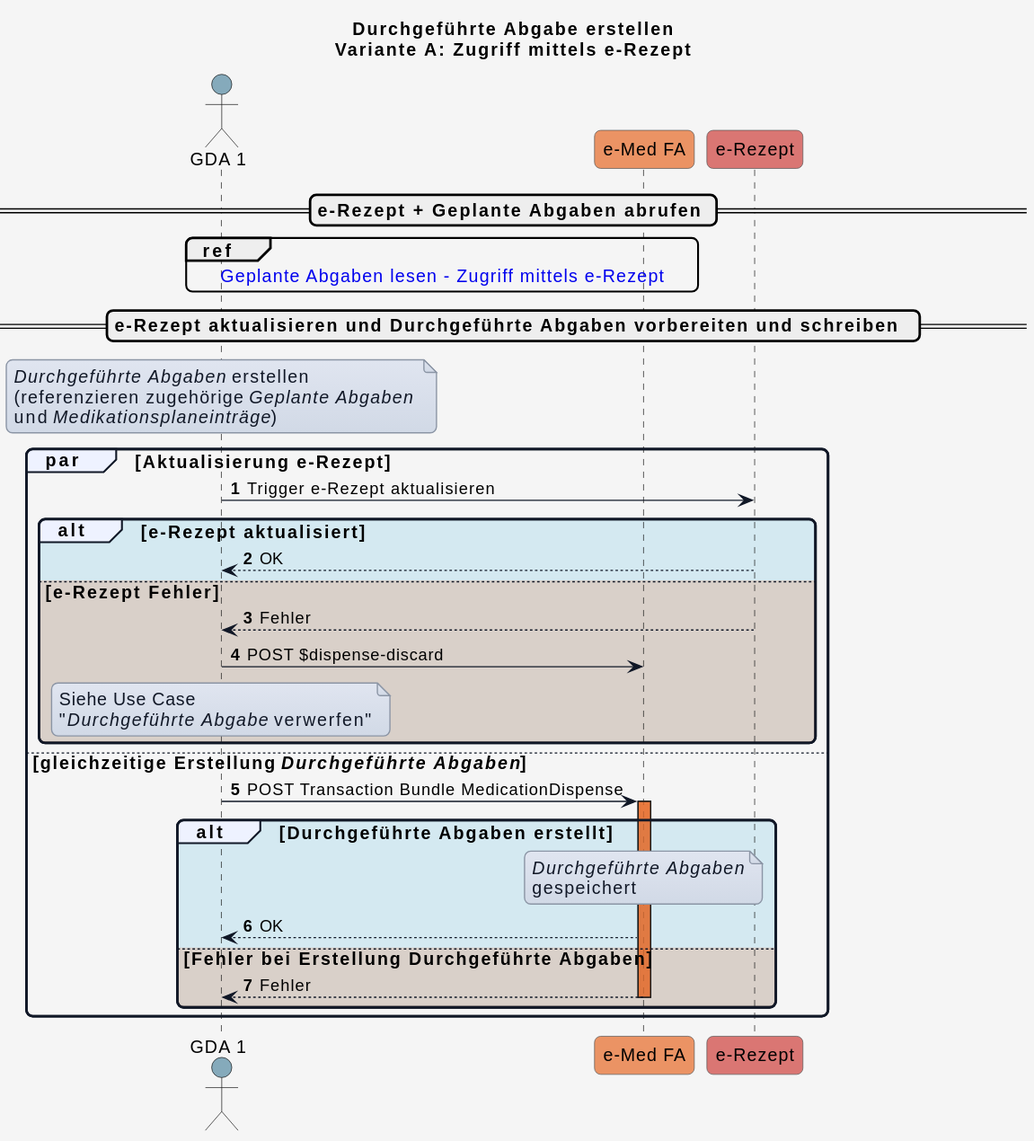
Before: input/images/plantuml/UC_eMed_09_01_b.svg, a diagram exported from PlantUML (HL7Austria/ELGA-e-Medikation-R4). The source it was exported from:
```plantuml
@startuml
title Durchgeführte Abgabe erstellen\nVariante A: Zugriff mittels e-Rezept


skinparam borderColor #000000
skinparam backgroundColor #f5f5f5
skinparam shadowing false
skinparam roundCorner 10
skinparam defaultFontName "Arial"
skinparam defaultFontSize 14
skinparam defaultFontColor #000000
skinparam HyperlinkColor #0000EE
skinparam HyperlinkUnderline false
skinparam BoxPadding 20
skinparam BoxBorderColor #555555

skinparam note {
  BackgroundColor #e0e5f0-#d1d9e6
  BorderColor #8b95a5
  BorderThickness 1
  RoundCorner 0
  Padding 6
  FontColor #111827
  Shadowing false
}

skinparam sequence {
  ParticipantBorderColor #555555
  ParticipantFontColor #000000
  ParticipantFontSize 14
  ParticipantPadding 20
  ArrowColor #111827
  ArrowThickness 1
  ArrowFontColor #000000
  ArrowFontSize 13
  GroupBorderColor #111827
  GroupBackgroundColor #eef2ff
  GroupBorderThickness 2
}

!define COLOR_GDA_1    #15608280
!define COLOR_GDA_2    #96607D80
!define COLOR_PATIENT  #196B2480
!define COLOR_APO      #0F9ED590
!define COLOR_EMED_FA  #e97232bd
!define COLOR_E_REZEPT #cd3732a9

!define COLOR_OK       #0F9ED525
!define COLOR_ERROR    #E9713235

actor GDA_1 as "GDA 1" COLOR_GDA_1
participant eMed_FA as "e-Med FA" COLOR_EMED_FA
participant e_Rezept as "e-Rezept" COLOR_E_REZEPT

autonumber

== e-Rezept + Geplante Abgaben abrufen ==

  ref over GDA_1, eMed_FA : [[Sub_UC_eMed_07_01.html#sub_uc_emed_07_01_b-zugriff-mittels-e-rezept Geplante Abgaben lesen - Zugriff mittels e-Rezept]]


== e-Rezept aktualisieren und Durchgeführte Abgaben vorbereiten und schreiben  ==

note over GDA_1
<i>Durchgeführte Abgaben</i> erstellen
(referenzieren zugehörige <i>Geplante Abgaben</i>
und <i>Medikationsplaneinträge</i>)
end note


par Aktualisierung e-Rezept

  GDA_1 -> e_Rezept: Trigger e-Rezept aktualisieren

  alt COLOR_OK e-Rezept aktualisiert
    e_Rezept --> GDA_1: OK

  else COLOR_ERROR e-Rezept Fehler
    e_Rezept --> GDA_1: Fehler
    deactivate e_Rezept

    GDA_1 -> eMed_FA: POST $dispense-discard​

    note over GDA_1
    Siehe Use Case
    "<i>Durchgeführte Abgabe</i> verwerfen"
    end note
  end



else gleichzeitige Erstellung <i>Durchgeführte Abgaben</i>

  GDA_1 -> eMed_FA: POST Transaction Bundle MedicationDispense
  activate eMed_FA COLOR_EMED_FA

  alt COLOR_OK Durchgeführte Abgaben erstellt

    note over eMed_FA
    <i>Durchgeführte Abgaben</i>
    gespeichert
    end note

    eMed_FA --> GDA_1: OK

  else COLOR_ERROR Fehler bei Erstellung Durchgeführte Abgaben
    eMed_FA --> GDA_1: Fehler
    deactivate eMed_FA

  end
end
@enduml
```
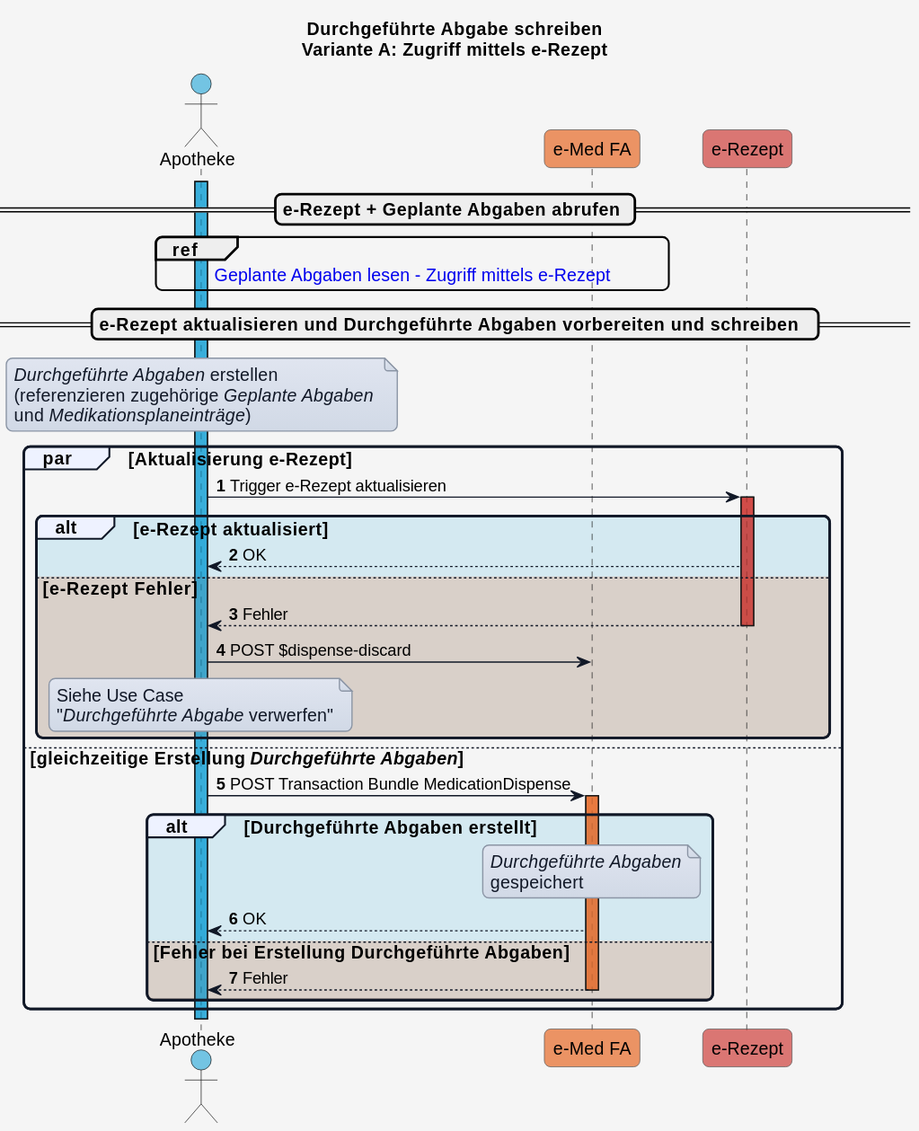
The same file after the commit.

What changed in the source:
```diff
@@ -1,5 +1,5 @@
 @startuml
-title Durchgeführte Abgabe erstellen\nVariante A: Zugriff mittels e-Rezept
+title Durchgeführte Abgabe schreiben\nVariante A: Zugriff mittels e-Rezept
 
 
 skinparam borderColor #000000
@@ -48,20 +48,22 @@
 !define COLOR_OK       #0F9ED525
 !define COLOR_ERROR    #E9713235
 
-actor GDA_1 as "GDA 1" COLOR_GDA_1
+actor GDA_Apo as "Apotheke" COLOR_APO
 participant eMed_FA as "e-Med FA" COLOR_EMED_FA
 participant e_Rezept as "e-Rezept" COLOR_E_REZEPT
 
 autonumber
 
+activate GDA_Apo COLOR_APO
+
 == e-Rezept + Geplante Abgaben abrufen ==
 
-  ref over GDA_1, eMed_FA : [[Sub_UC_eMed_07_01.html#sub_uc_emed_07_01_b-zugriff-mittels-e-rezept Geplante Abgaben lesen - Zugriff mittels e-Rezept]]
+  ref over GDA_Apo, eMed_FA : [[Sub_UC_eMed_07_01.html#sub_uc_emed_07_01_b-zugriff-mittels-e-rezept Geplante Abgaben lesen - Zugriff mittels e-Rezept]]
 
 
 == e-Rezept aktualisieren und Durchgeführte Abgaben vorbereiten und schreiben  ==
 
-note over GDA_1
+note over GDA_Apo
 <i>Durchgeführte Abgaben</i> erstellen
 (referenzieren zugehörige <i>Geplante Abgaben</i>
 und <i>Medikationsplaneinträge</i>)
@@ -70,18 +72,19 @@
 
 par Aktualisierung e-Rezept
 
-  GDA_1 -> e_Rezept: Trigger e-Rezept aktualisieren
+  GDA_Apo -> e_Rezept: Trigger e-Rezept aktualisieren
+  activate e_Rezept COLOR_E_REZEPT
 
   alt COLOR_OK e-Rezept aktualisiert
-    e_Rezept --> GDA_1: OK
+    e_Rezept --> GDA_Apo: OK
 
   else COLOR_ERROR e-Rezept Fehler
-    e_Rezept --> GDA_1: Fehler
+    e_Rezept --> GDA_Apo: Fehler
     deactivate e_Rezept
 
-    GDA_1 -> eMed_FA: POST $dispense-discard​
+    GDA_Apo -> eMed_FA: POST $dispense-discard​
 
-    note over GDA_1
+    note over GDA_Apo
     Siehe Use Case
     "<i>Durchgeführte Abgabe</i> verwerfen"
     end note
@@ -91,7 +94,7 @@
 
 else gleichzeitige Erstellung <i>Durchgeführte Abgaben</i>
 
-  GDA_1 -> eMed_FA: POST Transaction Bundle MedicationDispense
+  GDA_Apo -> eMed_FA: POST Transaction Bundle MedicationDispense
   activate eMed_FA COLOR_EMED_FA
 
   alt COLOR_OK Durchgeführte Abgaben erstellt
@@ -101,10 +104,10 @@
     gespeichert
     end note
 
-    eMed_FA --> GDA_1: OK
+    eMed_FA --> GDA_Apo: OK
 
   else COLOR_ERROR Fehler bei Erstellung Durchgeführte Abgaben
-    eMed_FA --> GDA_1: Fehler
+    eMed_FA --> GDA_Apo: Fehler
     deactivate eMed_FA
 
   end
```
